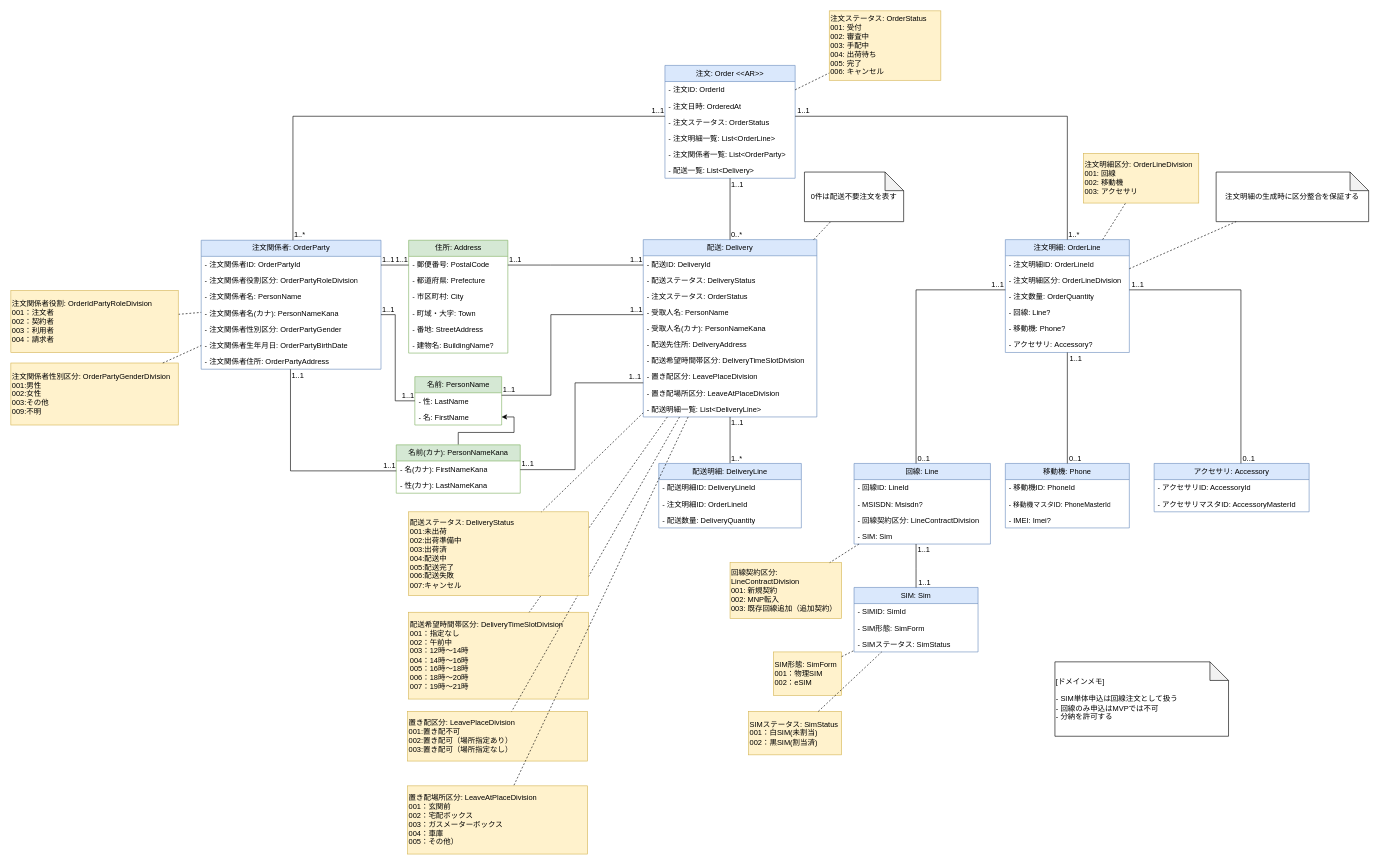
shimizut-dev/phone-order-api keeps this draw.io diagram as docs/02_domain/model/domain-model.drawio. Above is the earlier version. Source tidied: cells renumbered, new cells numbered last; positions are measured from the earlier drawing's top-left corner, leaving out a move shared by most shapes. Both pictures are drawn from the tidied source at 62%, with x=0, y=0 at pixel (11, 11).
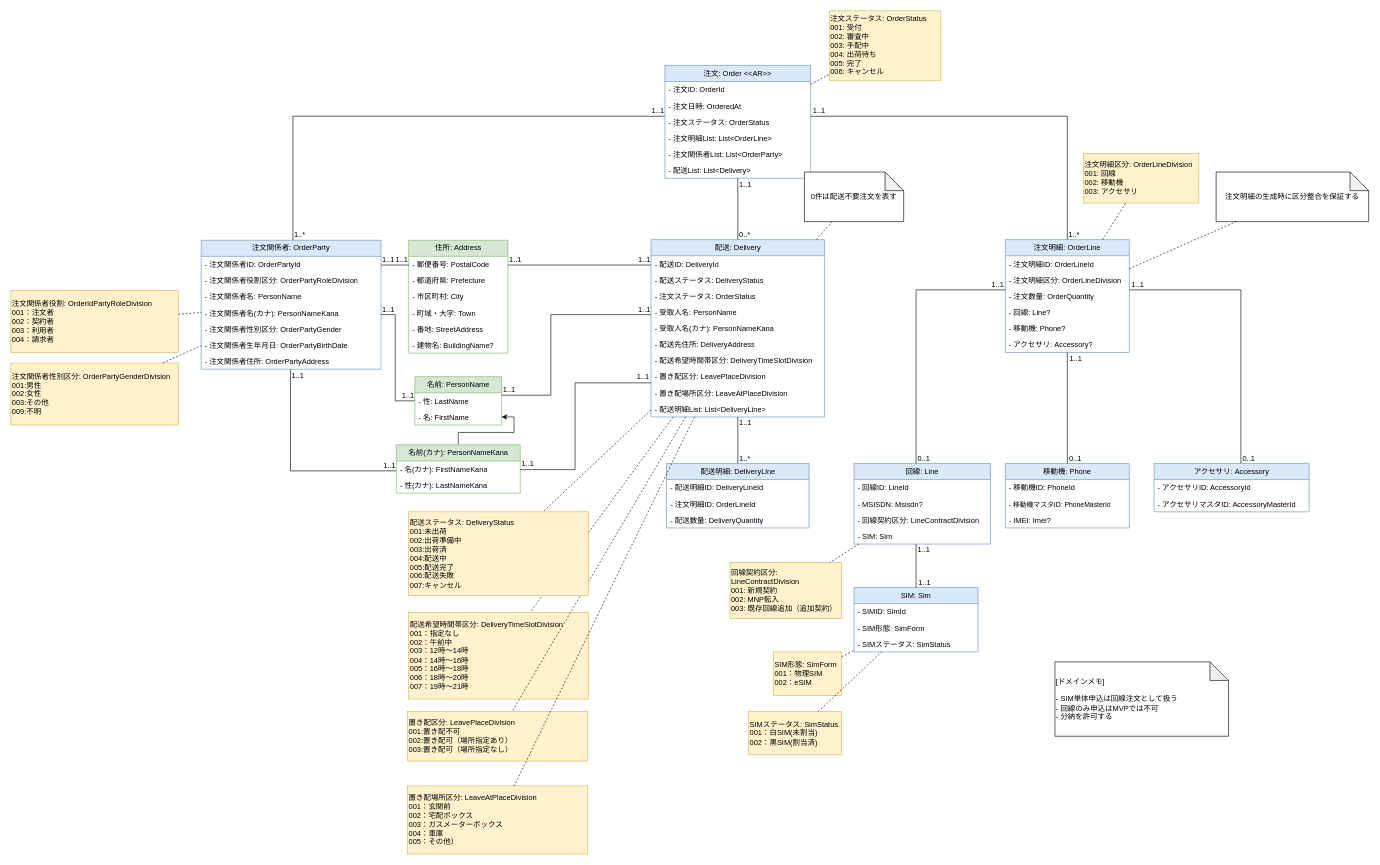
Above is the later version.

Change to the diagram source:
```diff
@@
     <mxCell id="2" value="注文&lt;span style=&quot;text-align: left;&quot;&gt;: Order&amp;nbsp;&lt;/span&gt;&amp;lt;&amp;lt;AR&amp;gt;&amp;gt;" style="swimlane;fontStyle=0;horizontal=1;startSize=26;fillColor=#dae8fc;whiteSpace=wrap;html=1;rounded=0;strokeColor=#6c8ebf;" parent="1" vertex="1">
-      <mxGeometry x="1055" y="88" width="210" height="182" as="geometry" />
+      <mxGeometry x="1055" y="88" width="235" height="182" as="geometry" />
     </mxCell>
     <mxCell id="3" value="- 注文ID: OrderId" style="text;strokeColor=none;fillColor=none;align=left;verticalAlign=top;spacingLeft=4;spacingRight=4;overflow=hidden;whiteSpace=wrap;html=1;" parent="2" vertex="1">
-      <mxGeometry y="26" width="210" height="26" as="geometry" />
+      <mxGeometry y="26" width="235" height="26" as="geometry" />
     </mxCell>
     <mxCell id="4" value="- 注文日時:&amp;nbsp;OrderedAt" style="text;strokeColor=none;fillColor=none;align=left;verticalAlign=top;spacingLeft=4;spacingRight=4;overflow=hidden;whiteSpace=wrap;html=1;" parent="2" vertex="1">
-      <mxGeometry y="52" width="210" height="26" as="geometry" />
+      <mxGeometry y="52" width="235" height="26" as="geometry" />
     </mxCell>
     <mxCell id="5" value="- 注文ステータス: OrderStatus" style="text;strokeColor=none;fillColor=none;align=left;verticalAlign=top;spacingLeft=4;spacingRight=4;overflow=hidden;whiteSpace=wrap;html=1;" parent="2" vertex="1">
-      <mxGeometry y="78" width="210" height="26" as="geometry" />
+      <mxGeometry y="78" width="235" height="26" as="geometry" />
     </mxCell>
-    <mxCell id="6" value="- 注文明細一覧: List&amp;lt;OrderLine&amp;gt;" style="text;strokeColor=none;fillColor=none;align=left;verticalAlign=top;spacingLeft=4;spacingRight=4;overflow=hidden;whiteSpace=wrap;html=1;" parent="2" vertex="1">
-      <mxGeometry y="104" width="210" height="26" as="geometry" />
+    <mxCell id="6" value="- 注文明細List: List&amp;lt;OrderLine&amp;gt;" style="text;strokeColor=none;fillColor=none;align=left;verticalAlign=top;spacingLeft=4;spacingRight=4;overflow=hidden;whiteSpace=wrap;html=1;" parent="2" vertex="1">
+      <mxGeometry y="104" width="235" height="26" as="geometry" />
     </mxCell>
-    <mxCell id="7" value="- 注文関係者一覧: List&amp;lt;OrderParty&amp;gt;" style="text;strokeColor=none;fillColor=none;align=left;verticalAlign=top;spacingLeft=4;spacingRight=4;overflow=hidden;whiteSpace=wrap;html=1;" parent="2" vertex="1">
-      <mxGeometry y="130" width="210" height="26" as="geometry" />
+    <mxCell id="7" value="- 注文関係者List: List&amp;lt;OrderParty&amp;gt;" style="text;strokeColor=none;fillColor=none;align=left;verticalAlign=top;spacingLeft=4;spacingRight=4;overflow=hidden;whiteSpace=wrap;html=1;" parent="2" vertex="1">
+      <mxGeometry y="130" width="235" height="26" as="geometry" />
     </mxCell>
-    <mxCell id="8" value="&lt;div&gt;&lt;span style=&quot;background-color: transparent; color: light-dark(rgb(0, 0, 0), rgb(255, 255, 255));&quot;&gt;-&amp;nbsp;&lt;/span&gt;&lt;span style=&quot;text-align: center; background-color: transparent; color: light-dark(rgb(0, 0, 0), rgb(255, 255, 255));&quot;&gt;配送一覧: List&amp;lt;Delivery&amp;gt;&lt;/span&gt;&lt;/div&gt;" style="text;strokeColor=none;fillColor=none;align=left;verticalAlign=top;spacingLeft=4;spacingRight=4;overflow=hidden;whiteSpace=wrap;html=1;" parent="2" vertex="1">
-      <mxGeometry y="156" width="210" height="26" as="geometry" />
+    <mxCell id="8" value="&lt;div&gt;&lt;span style=&quot;background-color: transparent; color: light-dark(rgb(0, 0, 0), rgb(255, 255, 255));&quot;&gt;-&amp;nbsp;&lt;/span&gt;&lt;span style=&quot;text-align: center; background-color: transparent; color: light-dark(rgb(0, 0, 0), rgb(255, 255, 255));&quot;&gt;配送List: List&amp;lt;Delivery&amp;gt;&lt;/span&gt;&lt;/div&gt;" style="text;strokeColor=none;fillColor=none;align=left;verticalAlign=top;spacingLeft=4;spacingRight=4;overflow=hidden;whiteSpace=wrap;html=1;" parent="2" vertex="1">
+      <mxGeometry y="156" width="235" height="26" as="geometry" />
     </mxCell>
@@
     <mxCell id="38" value="配送: Delivery" style="swimlane;fontStyle=0;horizontal=1;startSize=26;fillColor=#dae8fc;whiteSpace=wrap;html=1;strokeColor=#6c8ebf;" parent="1" vertex="1">
-      <mxGeometry x="1020" y="369" width="280" height="286" as="geometry" />
+      <mxGeometry x="1032.5" y="369" width="280" height="286" as="geometry" />
     </mxCell>
@@
-    <mxCell id="48" value="&lt;span style=&quot;background-color: rgb(255, 255, 255);&quot;&gt;&lt;font&gt;- 配送明細一覧: List&amp;lt;DeliveryLine&amp;gt;&lt;/font&gt;&lt;/span&gt;" style="text;strokeColor=none;fillColor=none;align=left;verticalAlign=top;spacingLeft=4;spacingRight=4;overflow=hidden;whiteSpace=wrap;html=1;" parent="38" vertex="1">
+    <mxCell id="48" value="&lt;span style=&quot;background-color: rgb(255, 255, 255);&quot;&gt;&lt;font&gt;- 配送明細List: List&amp;lt;DeliveryLine&amp;gt;&lt;/font&gt;&lt;/span&gt;" style="text;strokeColor=none;fillColor=none;align=left;verticalAlign=top;spacingLeft=4;spacingRight=4;overflow=hidden;whiteSpace=wrap;html=1;" parent="38" vertex="1">
       <mxGeometry y="260" width="280" height="26" as="geometry" />
     </mxCell>
@@
     <mxCell id="109" value="配送明細: DeliveryLine" style="swimlane;fontStyle=0;horizontal=1;startSize=26;fillColor=#dae8fc;whiteSpace=wrap;html=1;strokeColor=#6c8ebf;" parent="1" vertex="1">
-      <mxGeometry x="1045" y="730" width="230" height="104" as="geometry" />
+      <mxGeometry x="1057.5" y="730" width="230" height="104" as="geometry" />
     </mxCell>
```
